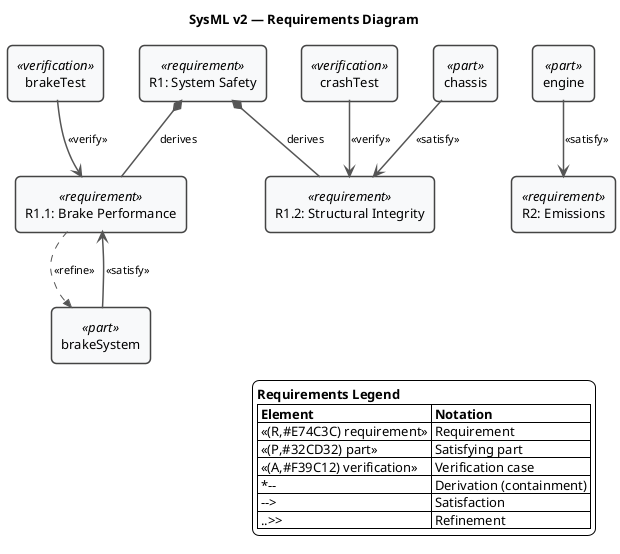
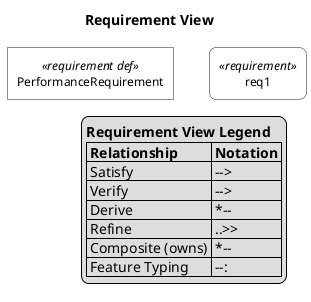
@startuml
- ' ============================================================
- ' Example 5: Requirements Diagram
- ' Shows requirements, satisfaction, derivation, and refinement
- ' relationships using PlantUML approximations.
- ' ============================================================

- <style>
- root {
-     BackGroundColor white
-     FontName Helvetica
-     FontSize 13
+ skinparam monochrome true
+ skinparam wrapWidth 400
+ skinparam defaultFontSize 12
+ skinparam defaultFontName Helvetica
+ 
+ skinparam rectangle<<requirement def>> {
+     RoundCorner 0
+     BackgroundColor white
}
- rectangle {
-     RoundCorner 10
-     LineColor #444444
-     LineThickness 1.5
-     BackgroundColor #F8F9FA
-     Padding 10
+ skinparam rectangle<<requirement>> {
+     RoundCorner 15
+     BackgroundColor white
}
- arrow {
-     FontSize 11
-     LineColor #555555
-     LineThickness 1.5
- }
- </style>

- skinparam wrapWidth 400
+ top to bottom direction
+ 
+ title Requirement View
+ 
hide circle

- title SysML v2 — Requirements Diagram
+ rectangle "PerformanceRequirement" as E1 <<requirement def>>
+ rectangle "req1" as E2 <<requirement>>

- ' === REQUIREMENTS ===
- rectangle "R1: System Safety" as R1 <<(R,#E74C3C) requirement>>
- rectangle "R1.1: Brake Performance" as R11 <<(R,#E74C3C) requirement>>
- rectangle "R1.2: Structural Integrity" as R12 <<(R,#E74C3C) requirement>>
- rectangle "R2: Emissions" as R2 <<(R,#E74C3C) requirement>>
- 
- ' === SATISFYING ELEMENTS ===
- rectangle "brakeSystem" as BS <<(P,#32CD32) part>>
- rectangle "chassis" as CH <<(P,#32CD32) part>>
- rectangle "engine" as ENG <<(P,#32CD32) part>>
- 
- ' === DERIVATION (refinement hierarchy) ===
- R1 *-- R11 : derives
- R1 *-- R12 : derives
- 
- ' === SATISFACTION ===
- BS --> R11 : <<satisfy>>
- CH --> R12 : <<satisfy>>
- ENG --> R2 : <<satisfy>>
- 
- ' === VERIFY ===
- rectangle "brakeTest" as BT <<(A,#F39C12) verification>>
- rectangle "crashTest" as CT <<(A,#F39C12) verification>>
- 
- BT --> R11 : <<verify>>
- CT --> R12 : <<verify>>
- 
- ' === REFINE ===
- R11 ..>> BS : <<refine>>

legend right
-   <b>Requirements Legend</b>
-   |= Element |= Notation |
-   | <<(R,#E74C3C) requirement>> | Requirement |
-   | <<(P,#32CD32) part>> | Satisfying part |
-   | <<(A,#F39C12) verification>> | Verification case |
-   | *-- | Derivation (containment) |
-   | --> | Satisfaction |
-   | ..>> | Refinement |
+   <b>Requirement View Legend</b>
+   |= Relationship |= Notation |
+   | Satisfy | --> |
+   | Verify | --> |
+   | Derive | *-- |
+   | Refine | ..>> |
+   | Composite (owns) | *-- |
+   | Feature Typing | --:|> |
endlegend

- @enduml
+ @enduml